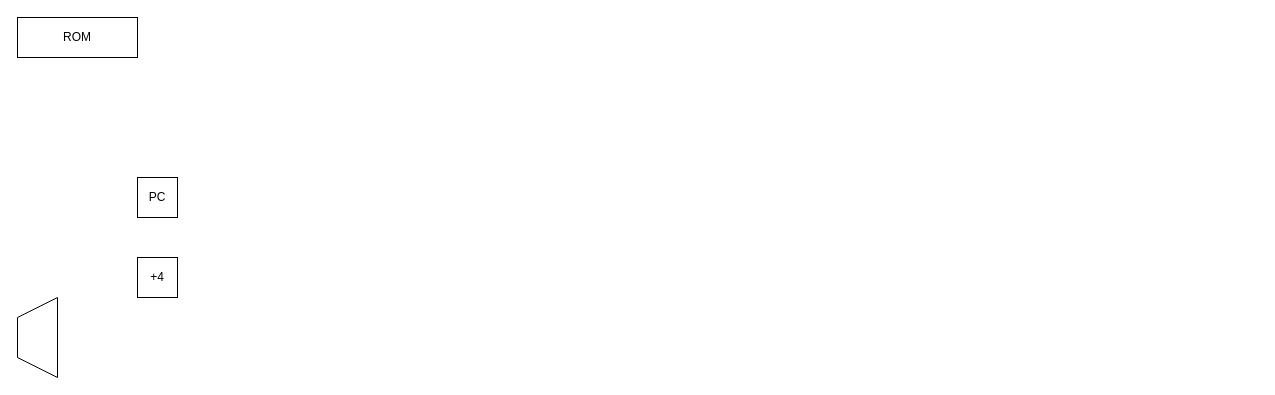
Before: TinyMIPS.drawio in umiskky/Diagrams, a draw.io diagram. Source tidied: cells renumbered, new cells numbered last; positions are measured from the earlier drawing's top-left corner, leaving out a move shared by most shapes. Both pictures are drawn from the tidied source at 100%, with x=0, y=0 at pixel (17, 17).
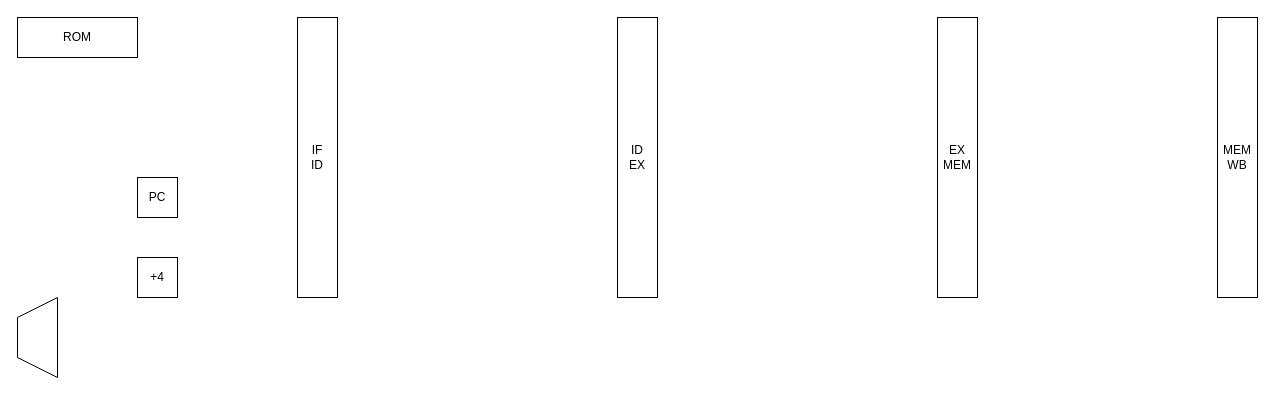
The same page after the edit.

Change to the diagram source:
```diff
@@
 <mxGraphModel>
   <root>
     <mxCell id="0" />
     <mxCell id="1" parent="0" />
     <mxCell id="2" value="ROM" style="rounded=0;whiteSpace=wrap;html=1;" parent="1" vertex="1">
       <mxGeometry width="120" height="40" as="geometry" />
     </mxCell>
     <mxCell id="3" value="PC" style="rounded=0;whiteSpace=wrap;html=1;" parent="1" vertex="1">
       <mxGeometry x="120" y="160" width="40" height="40" as="geometry" />
     </mxCell>
     <mxCell id="4" style="shape=trapezoid;perimeter=trapezoidPerimeter;whiteSpace=wrap;html=1;fixedSize=1;direction=north;" parent="1" vertex="1">
       <mxGeometry y="280" width="40" height="80" as="geometry" />
     </mxCell>
     <mxCell id="5" value="+4" style="whiteSpace=wrap;html=1;" parent="1" vertex="1">
       <mxGeometry x="120" y="240" width="40" height="40" as="geometry" />
     </mxCell>
+    <mxCell id="6" value="IF&lt;br&gt;ID" style="rounded=0;whiteSpace=wrap;html=1;" parent="1" vertex="1">
+      <mxGeometry x="280" width="40" height="280" as="geometry" />
+    </mxCell>
+    <mxCell id="7" value="ID&lt;br&gt;EX" style="rounded=0;whiteSpace=wrap;html=1;" parent="1" vertex="1">
+      <mxGeometry x="600" width="40" height="280" as="geometry" />
+    </mxCell>
+    <mxCell id="8" value="EX&lt;br&gt;MEM" style="rounded=0;whiteSpace=wrap;html=1;" parent="1" vertex="1">
+      <mxGeometry x="920" width="40" height="280" as="geometry" />
+    </mxCell>
+    <mxCell id="9" value="MEM&lt;br&gt;WB" style="rounded=0;whiteSpace=wrap;html=1;" parent="1" vertex="1">
+      <mxGeometry x="1200" width="40" height="280" as="geometry" />
+    </mxCell>
   </root>
 </mxGraphModel>
```
